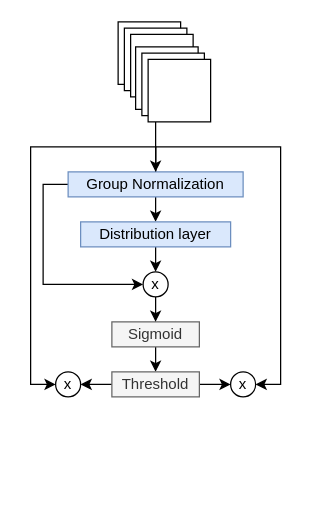
The draw.io diagram drawio/SRU.drawio in cvYouTian/Graph-of-Paper, before the edit. Source tidied: cells renumbered, new cells numbered last; positions are measured from the earlier drawing's top-left corner, leaving out a move shared by most shapes. Both pictures are drawn from the tidied source at 125%, with x=0, y=0 at pixel (55, 21).
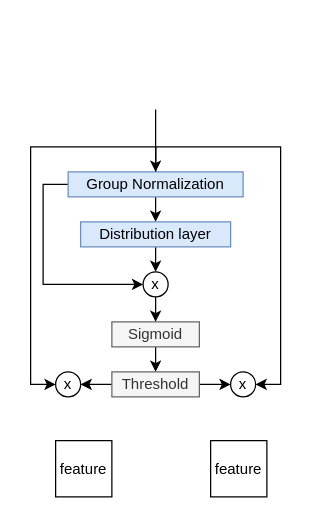
Above is the later version.

Diff of the diagram source:
```diff
@@
-    <mxCell id="19" style="verticalLabelPosition=bottom;verticalAlign=top;html=1;shape=mxgraph.basic.layered_rect;dx=10;whiteSpace=wrap;rotation=-180;" parent="1" vertex="1">
-      <mxGeometry x="50" width="60" height="60" as="geometry" />
-    </mxCell>
-    <mxCell id="20" style="verticalLabelPosition=bottom;verticalAlign=top;html=1;shape=mxgraph.basic.layered_rect;dx=10;whiteSpace=wrap;rotation=-180;" parent="1" vertex="1">
-      <mxGeometry x="64" y="20" width="60" height="60" as="geometry" />
-    </mxCell>
+    <mxCell id="21" value="feature" style="rounded=0;whiteSpace=wrap;html=1;" parent="1" vertex="1">
+      <mxGeometry y="335" width="45" height="45" as="geometry" />
+    </mxCell>
+    <mxCell id="22" value="feature" style="rounded=0;whiteSpace=wrap;html=1;" parent="1" vertex="1">
+      <mxGeometry x="124" y="335" width="45" height="45" as="geometry" />
+    </mxCell>
```
